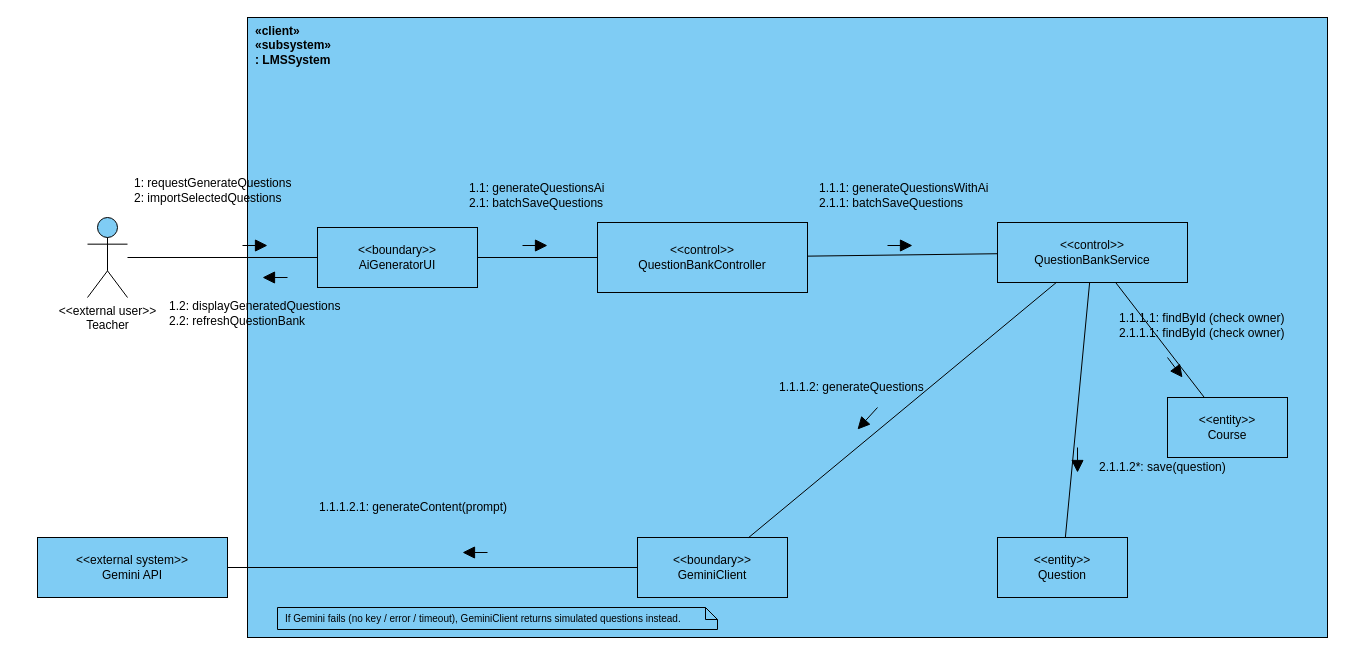
DinhLam728/SWD392_Group6_LMS keeps this draw.io diagram as page "III.2.1 Communication - Generate Questions with AI" (3 of 5) of docs/diagrams/manage_question_bank.drawio. Above is the earlier version. Source tidied: cells renumbered, new cells numbered last; positions are measured from the earlier drawing's top-left corner, leaving out a move shared by most shapes. Both pictures are drawn from the tidied source at 100%, with x=0, y=0 at pixel (37, 17).
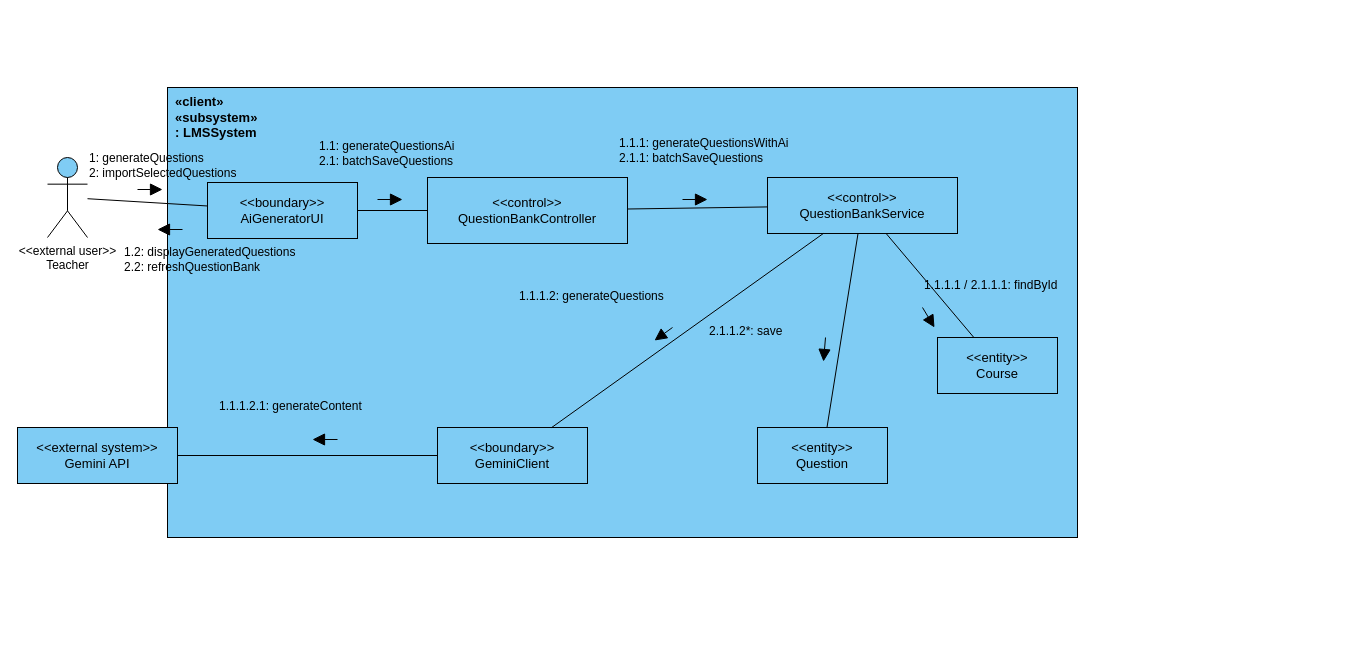
After the change.

The edit, as a diff of the source:
```diff
@@
-    <mxCell id="2" value="«client»&lt;br&gt;«subsystem»&lt;br&gt;: LMSSystem" style="rounded=0;html=1;whiteSpace=wrap;fillColor=#7FCCF4;strokeColor=#000000;fontFamily=Arial;fontSize=11;fontColor=#000000;verticalAlign=top;align=left;spacingLeft=6;fontStyle=1;fontSize=12;" parent="1" vertex="1">
-      <mxGeometry x="210" width="1080" height="620" as="geometry" />
+    <mxCell id="2" value="«client»&lt;br&gt;«subsystem»&lt;br&gt;: LMSSystem" style="rounded=0;html=1;whiteSpace=wrap;fillColor=#7FCCF4;strokeColor=#000000;fontFamily=Arial;fontSize=13;fontColor=#000000;verticalAlign=top;align=left;spacingLeft=6;fontStyle=1;" parent="1" vertex="1">
+      <mxGeometry x="130" y="70" width="910" height="450" as="geometry" />
     </mxCell>
-    <mxCell id="3" value="&amp;lt;&amp;lt;external user&amp;gt;&amp;gt;&lt;br&gt;Teacher" style="shape=umlActor;verticalLabelPosition=bottom;verticalAlign=top;html=1;outlineConnect=0;fillColor=#7FCCF4;strokeColor=#000000;fontFamily=Arial;fontSize=11;fontColor=#000000;fontSize=12;fontSize=12;" parent="1" vertex="1">
-      <mxGeometry x="50" y="200" width="40" height="80" as="geometry" />
+    <mxCell id="3" value="&amp;lt;&amp;lt;external user&amp;gt;&amp;gt;&lt;br&gt;Teacher" style="shape=umlActor;verticalLabelPosition=bottom;verticalAlign=top;html=1;outlineConnect=0;fillColor=#7FCCF4;strokeColor=#000000;fontFamily=Arial;fontSize=12;fontColor=#000000;" parent="1" vertex="1">
+      <mxGeometry x="10" y="140" width="40" height="80" as="geometry" />
     </mxCell>
+    <mxCell id="10" value="&amp;lt;&amp;lt;external system&amp;gt;&amp;gt;&lt;br&gt;Gemini API" style="rounded=0;html=1;whiteSpace=wrap;fillColor=#7FCCF4;strokeColor=#000000;fontFamily=Arial;fontSize=13;fontColor=#000000;" parent="1" vertex="1">
+      <mxGeometry x="-20" y="410" width="160" height="56" as="geometry" />
+    </mxCell>
-    <mxCell id="4" value="&amp;lt;&amp;lt;boundary&amp;gt;&amp;gt;&lt;br&gt;AiGeneratorUI" style="rounded=0;html=1;whiteSpace=wrap;fillColor=#7FCCF4;strokeColor=#000000;fontFamily=Arial;fontSize=11;fontColor=#000000;fontSize=12;" parent="1" vertex="1">
-      <mxGeometry x="280" y="210" width="160" height="60" as="geometry" />
+    <mxCell id="4" value="&amp;lt;&amp;lt;boundary&amp;gt;&amp;gt;&lt;br&gt;AiGeneratorUI" style="rounded=0;html=1;whiteSpace=wrap;fillColor=#7FCCF4;strokeColor=#000000;fontFamily=Arial;fontSize=13;fontColor=#000000;" parent="1" vertex="1">
+      <mxGeometry x="170" y="165" width="150" height="56" as="geometry" />
     </mxCell>
-    <mxCell id="5" value="&amp;lt;&amp;lt;control&amp;gt;&amp;gt;&lt;br&gt;QuestionBankController" style="rounded=0;html=1;whiteSpace=wrap;fillColor=#7FCCF4;strokeColor=#000000;fontFamily=Arial;fontSize=11;fontColor=#000000;fontSize=12;" parent="1" vertex="1">
-      <mxGeometry x="560" y="205" width="210" height="70" as="geometry" />
+    <mxCell id="5" value="&amp;lt;&amp;lt;control&amp;gt;&amp;gt;&lt;br&gt;QuestionBankController" style="rounded=0;html=1;whiteSpace=wrap;fillColor=#7FCCF4;strokeColor=#000000;fontFamily=Arial;fontSize=13;fontColor=#000000;" parent="1" vertex="1">
+      <mxGeometry x="390" y="160" width="200" height="66" as="geometry" />
     </mxCell>
-    <mxCell id="6" value="&amp;lt;&amp;lt;control&amp;gt;&amp;gt;&lt;br&gt;QuestionBankService" style="rounded=0;html=1;whiteSpace=wrap;fillColor=#7FCCF4;strokeColor=#000000;fontFamily=Arial;fontSize=11;fontColor=#000000;fontSize=12;" parent="1" vertex="1">
-      <mxGeometry x="960" y="205" width="190" height="60" as="geometry" />
+    <mxCell id="6" value="&amp;lt;&amp;lt;control&amp;gt;&amp;gt;&lt;br&gt;QuestionBankService" style="rounded=0;html=1;whiteSpace=wrap;fillColor=#7FCCF4;strokeColor=#000000;fontFamily=Arial;fontSize=13;fontColor=#000000;" parent="1" vertex="1">
+      <mxGeometry x="730" y="160" width="190" height="56" as="geometry" />
     </mxCell>
-    <mxCell id="7" value="&amp;lt;&amp;lt;entity&amp;gt;&amp;gt;&lt;br&gt;Course" style="rounded=0;html=1;whiteSpace=wrap;fillColor=#7FCCF4;strokeColor=#000000;fontFamily=Arial;fontSize=11;fontColor=#000000;fontSize=12;" parent="1" vertex="1">
-      <mxGeometry x="1130" y="380" width="120" height="60" as="geometry" />
+    <mxCell id="7" value="&amp;lt;&amp;lt;entity&amp;gt;&amp;gt;&lt;br&gt;Course" style="rounded=0;html=1;whiteSpace=wrap;fillColor=#7FCCF4;strokeColor=#000000;fontFamily=Arial;fontSize=13;fontColor=#000000;" parent="1" vertex="1">
+      <mxGeometry x="900" y="320" width="120" height="56" as="geometry" />
     </mxCell>
-    <mxCell id="8" value="&amp;lt;&amp;lt;entity&amp;gt;&amp;gt;&lt;br&gt;Question" style="rounded=0;html=1;whiteSpace=wrap;fillColor=#7FCCF4;strokeColor=#000000;fontFamily=Arial;fontSize=11;fontColor=#000000;fontSize=12;" parent="1" vertex="1">
-      <mxGeometry x="960" y="520" width="130" height="60" as="geometry" />
+    <mxCell id="8" value="&amp;lt;&amp;lt;entity&amp;gt;&amp;gt;&lt;br&gt;Question" style="rounded=0;html=1;whiteSpace=wrap;fillColor=#7FCCF4;strokeColor=#000000;fontFamily=Arial;fontSize=13;fontColor=#000000;" parent="1" vertex="1">
+      <mxGeometry x="720" y="410" width="130" height="56" as="geometry" />
     </mxCell>
-    <mxCell id="9" value="&amp;lt;&amp;lt;boundary&amp;gt;&amp;gt;&lt;br&gt;GeminiClient" style="rounded=0;html=1;whiteSpace=wrap;fillColor=#7FCCF4;strokeColor=#000000;fontFamily=Arial;fontSize=11;fontColor=#000000;fontSize=12;" parent="1" vertex="1">
-      <mxGeometry x="600" y="520" width="150" height="60" as="geometry" />
+    <mxCell id="9" value="&amp;lt;&amp;lt;boundary&amp;gt;&amp;gt;&lt;br&gt;GeminiClient" style="rounded=0;html=1;whiteSpace=wrap;fillColor=#7FCCF4;strokeColor=#000000;fontFamily=Arial;fontSize=13;fontColor=#000000;" parent="1" vertex="1">
+      <mxGeometry x="400" y="410" width="150" height="56" as="geometry" />
     </mxCell>
-    <mxCell id="10" value="&amp;lt;&amp;lt;external system&amp;gt;&amp;gt;&lt;br&gt;Gemini API" style="rounded=0;html=1;whiteSpace=wrap;fillColor=#7FCCF4;strokeColor=#000000;fontFamily=Arial;fontSize=11;fontColor=#000000;fontSize=12;" parent="1" vertex="1">
-      <mxGeometry y="520" width="190" height="60" as="geometry" />
-    </mxCell>
@@
-    <mxCell id="18" value="1: requestGenerateQuestions&lt;br&gt;2: importSelectedQuestions" style="text;html=1;strokeColor=none;fillColor=none;align=left;verticalAlign=middle;whiteSpace=wrap;fontFamily=Arial;fontSize=11;fontColor=#000000;fontSize=12;" parent="1" vertex="1">
-      <mxGeometry x="95" y="155" width="190" height="36" as="geometry" />
-    </mxCell>
-    <mxCell id="19" style="endArrow=block;endFill=1;endSize=10;html=1;strokeColor=#000000;strokeWidth=1;labelBackgroundColor=none;" parent="1" edge="1">
-      <mxGeometry relative="1" as="geometry">
-        <mxPoint x="205" y="228" as="sourcePoint" />
-        <mxPoint x="230" y="228" as="targetPoint" />
-      </mxGeometry>
-    </mxCell>
+    <mxCell id="35" value="1: generateQuestions&lt;br&gt;2: importSelectedQuestions" style="text;html=1;strokeColor=none;fillColor=none;align=left;verticalAlign=middle;whiteSpace=wrap;fontFamily=Arial;fontSize=12;fontColor=#000000;" parent="1" vertex="1">
+      <mxGeometry x="50" y="130" width="190" height="36" as="geometry" />
+    </mxCell>
+    <mxCell id="36" style="endArrow=block;endFill=1;endSize=10;html=1;strokeColor=#000000;labelBackgroundColor=none;" parent="1" edge="1">
+      <mxGeometry relative="1" as="geometry">
+        <mxPoint x="100" y="172" as="sourcePoint" />
+        <mxPoint x="125" y="172" as="targetPoint" />
+      </mxGeometry>
+    </mxCell>
-    <mxCell id="20" value="1.2: displayGeneratedQuestions&lt;br&gt;2.2: refreshQuestionBank" style="text;html=1;strokeColor=none;fillColor=none;align=left;verticalAlign=middle;whiteSpace=wrap;fontFamily=Arial;fontSize=11;fontColor=#000000;fontSize=12;" parent="1" vertex="1">
-      <mxGeometry x="130" y="278" width="200" height="36" as="geometry" />
+    <mxCell id="20" value="1.2: displayGeneratedQuestions&lt;br&gt;2.2: refreshQuestionBank" style="text;html=1;strokeColor=none;fillColor=none;align=left;verticalAlign=middle;whiteSpace=wrap;fontFamily=Arial;fontSize=12;fontColor=#000000;" parent="1" vertex="1">
+      <mxGeometry x="85" y="224" width="210" height="36" as="geometry" />
     </mxCell>
-    <mxCell id="21" style="endArrow=block;endFill=1;endSize=10;html=1;strokeColor=#000000;strokeWidth=1;labelBackgroundColor=none;" parent="1" edge="1">
-      <mxGeometry relative="1" as="geometry">
-        <mxPoint x="250" y="260" as="sourcePoint" />
-        <mxPoint x="225" y="260" as="targetPoint" />
-      </mxGeometry>
-    </mxCell>
+    <mxCell id="37" style="endArrow=block;endFill=1;endSize=10;html=1;strokeColor=#000000;labelBackgroundColor=none;" parent="1" edge="1">
+      <mxGeometry relative="1" as="geometry">
+        <mxPoint x="145" y="212" as="sourcePoint" />
+        <mxPoint x="120" y="212" as="targetPoint" />
+      </mxGeometry>
+    </mxCell>
-    <mxCell id="22" value="1.1: generateQuestionsAi&lt;br&gt;2.1: batchSaveQuestions" style="text;html=1;strokeColor=none;fillColor=none;align=left;verticalAlign=middle;whiteSpace=wrap;fontFamily=Arial;fontSize=11;fontColor=#000000;fontSize=12;" parent="1" vertex="1">
-      <mxGeometry x="430" y="160" width="180" height="36" as="geometry" />
+    <mxCell id="22" value="1.1: generateQuestionsAi&lt;br&gt;2.1: batchSaveQuestions" style="text;html=1;strokeColor=none;fillColor=none;align=left;verticalAlign=middle;whiteSpace=wrap;fontFamily=Arial;fontSize=12;fontColor=#000000;" parent="1" vertex="1">
+      <mxGeometry x="280" y="118" width="180" height="36" as="geometry" />
     </mxCell>
-    <mxCell id="23" style="endArrow=block;endFill=1;endSize=10;html=1;strokeColor=#000000;strokeWidth=1;labelBackgroundColor=none;" parent="1" edge="1">
-      <mxGeometry relative="1" as="geometry">
-        <mxPoint x="485" y="228" as="sourcePoint" />
-        <mxPoint x="510" y="228" as="targetPoint" />
-      </mxGeometry>
-    </mxCell>
+    <mxCell id="38" style="endArrow=block;endFill=1;endSize=10;html=1;strokeColor=#000000;labelBackgroundColor=none;" parent="1" edge="1">
+      <mxGeometry relative="1" as="geometry">
+        <mxPoint x="340" y="182" as="sourcePoint" />
+        <mxPoint x="365" y="182" as="targetPoint" />
+      </mxGeometry>
+    </mxCell>
-    <mxCell id="24" value="1.1.1: generateQuestionsWithAi&lt;br&gt;2.1.1: batchSaveQuestions" style="text;html=1;strokeColor=none;fillColor=none;align=left;verticalAlign=middle;whiteSpace=wrap;fontFamily=Arial;fontSize=11;fontColor=#000000;fontSize=12;" parent="1" vertex="1">
-      <mxGeometry x="780" y="160" width="210" height="36" as="geometry" />
+    <mxCell id="24" value="1.1.1: generateQuestionsWithAi&lt;br&gt;2.1.1: batchSaveQuestions" style="text;html=1;strokeColor=none;fillColor=none;align=left;verticalAlign=middle;whiteSpace=wrap;fontFamily=Arial;fontSize=12;fontColor=#000000;" parent="1" vertex="1">
+      <mxGeometry x="580" y="115" width="210" height="36" as="geometry" />
     </mxCell>
-    <mxCell id="25" style="endArrow=block;endFill=1;endSize=10;html=1;strokeColor=#000000;strokeWidth=1;labelBackgroundColor=none;" parent="1" edge="1">
-      <mxGeometry relative="1" as="geometry">
-        <mxPoint x="850" y="228" as="sourcePoint" />
-        <mxPoint x="875" y="228" as="targetPoint" />
-      </mxGeometry>
-    </mxCell>
-    <mxCell id="26" value="1.1.1.1: findById (check owner)&lt;br&gt;2.1.1.1: findById (check owner)" style="text;html=1;strokeColor=none;fillColor=none;align=left;verticalAlign=middle;whiteSpace=wrap;fontFamily=Arial;fontSize=11;fontColor=#000000;fontSize=12;" parent="1" vertex="1">
-      <mxGeometry x="1080" y="290" width="210" height="36" as="geometry" />
-    </mxCell>
-    <mxCell id="27" style="endArrow=block;endFill=1;endSize=10;html=1;strokeColor=#000000;strokeWidth=1;labelBackgroundColor=none;" parent="1" edge="1">
-      <mxGeometry relative="1" as="geometry">
-        <mxPoint x="1130" y="340" as="sourcePoint" />
-        <mxPoint x="1145" y="360" as="targetPoint" />
-      </mxGeometry>
-    </mxCell>
-    <mxCell id="28" value="2.1.1.2*: save(question)" style="text;html=1;strokeColor=none;fillColor=none;align=left;verticalAlign=middle;whiteSpace=wrap;fontFamily=Arial;fontSize=11;fontColor=#000000;fontSize=12;" parent="1" vertex="1">
-      <mxGeometry x="1060" y="440" width="180" height="20" as="geometry" />
-    </mxCell>
-    <mxCell id="29" style="endArrow=block;endFill=1;endSize=10;html=1;strokeColor=#000000;strokeWidth=1;labelBackgroundColor=none;" parent="1" edge="1">
-      <mxGeometry relative="1" as="geometry">
-        <mxPoint x="1040" y="430" as="sourcePoint" />
-        <mxPoint x="1040" y="455" as="targetPoint" />
-      </mxGeometry>
-    </mxCell>
+    <mxCell id="39" style="endArrow=block;endFill=1;endSize=10;html=1;strokeColor=#000000;labelBackgroundColor=none;" parent="1" edge="1">
+      <mxGeometry relative="1" as="geometry">
+        <mxPoint x="645" y="182" as="sourcePoint" />
+        <mxPoint x="670" y="182" as="targetPoint" />
+      </mxGeometry>
+    </mxCell>
+    <mxCell id="40" value="1.1.1.1 / 2.1.1.1: findById" style="text;html=1;strokeColor=none;fillColor=none;align=left;verticalAlign=middle;whiteSpace=wrap;fontFamily=Arial;fontSize=12;fontColor=#000000;" parent="1" vertex="1">
+      <mxGeometry x="885" y="250" width="140" height="36" as="geometry" />
+    </mxCell>
+    <mxCell id="41" style="endArrow=block;endFill=1;endSize=10;html=1;strokeColor=#000000;labelBackgroundColor=none;" parent="1" edge="1">
+      <mxGeometry relative="1" as="geometry">
+        <mxPoint x="885" y="290" as="sourcePoint" />
+        <mxPoint x="897" y="310" as="targetPoint" />
+      </mxGeometry>
+    </mxCell>
+    <mxCell id="42" value="2.1.1.2*: save" style="text;html=1;strokeColor=none;fillColor=none;align=left;verticalAlign=middle;whiteSpace=wrap;fontFamily=Arial;fontSize=12;fontColor=#000000;" parent="1" vertex="1">
+      <mxGeometry x="670" y="305" width="100" height="18" as="geometry" />
+    </mxCell>
+    <mxCell id="43" style="endArrow=block;endFill=1;endSize=10;html=1;strokeColor=#000000;labelBackgroundColor=none;" parent="1" edge="1">
+      <mxGeometry relative="1" as="geometry">
+        <mxPoint x="788" y="320" as="sourcePoint" />
+        <mxPoint x="786" y="344" as="targetPoint" />
+      </mxGeometry>
+    </mxCell>
-    <mxCell id="30" value="1.1.1.2: generateQuestions" style="text;html=1;strokeColor=none;fillColor=none;align=left;verticalAlign=middle;whiteSpace=wrap;fontFamily=Arial;fontSize=11;fontColor=#000000;fontSize=12;" parent="1" vertex="1">
-      <mxGeometry x="740" y="360" width="180" height="20" as="geometry" />
+    <mxCell id="30" value="1.1.1.2: generateQuestions" style="text;html=1;strokeColor=none;fillColor=none;align=left;verticalAlign=middle;whiteSpace=wrap;fontFamily=Arial;fontSize=12;fontColor=#000000;" parent="1" vertex="1">
+      <mxGeometry x="480" y="270" width="180" height="18" as="geometry" />
     </mxCell>
-    <mxCell id="31" style="endArrow=block;endFill=1;endSize=10;html=1;strokeColor=#000000;strokeWidth=1;labelBackgroundColor=none;" parent="1" edge="1">
-      <mxGeometry relative="1" as="geometry">
-        <mxPoint x="840" y="390" as="sourcePoint" />
-        <mxPoint x="820" y="412" as="targetPoint" />
-      </mxGeometry>
-    </mxCell>
-    <mxCell id="32" value="1.1.1.2.1: generateContent(prompt)" style="text;html=1;strokeColor=none;fillColor=none;align=left;verticalAlign=middle;whiteSpace=wrap;fontFamily=Arial;fontSize=11;fontColor=#000000;fontSize=12;" parent="1" vertex="1">
-      <mxGeometry x="280" y="480" width="240" height="20" as="geometry" />
-    </mxCell>
-    <mxCell id="33" style="endArrow=block;endFill=1;endSize=10;html=1;strokeColor=#000000;strokeWidth=1;labelBackgroundColor=none;" parent="1" edge="1">
-      <mxGeometry relative="1" as="geometry">
-        <mxPoint x="450" y="535" as="sourcePoint" />
-        <mxPoint x="425" y="535" as="targetPoint" />
-      </mxGeometry>
-    </mxCell>
-    <mxCell id="34" value="If Gemini fails (no key / error / timeout), GeminiClient returns simulated questions instead." style="shape=note;size=12;html=1;whiteSpace=wrap;fillColor=#7FCCF4;strokeColor=#000000;fontFamily=Arial;fontSize=11;fontColor=#000000;align=left;spacingLeft=6;fontSize=10;" parent="1" vertex="1">
-      <mxGeometry x="240" y="590" width="440" height="22" as="geometry" />
-    </mxCell>
+    <mxCell id="44" style="endArrow=block;endFill=1;endSize=10;html=1;strokeColor=#000000;labelBackgroundColor=none;" parent="1" edge="1">
+      <mxGeometry relative="1" as="geometry">
+        <mxPoint x="635" y="310" as="sourcePoint" />
+        <mxPoint x="617" y="323" as="targetPoint" />
+      </mxGeometry>
+    </mxCell>
+    <mxCell id="45" value="1.1.1.2.1: generateContent" style="text;html=1;strokeColor=none;fillColor=none;align=left;verticalAlign=middle;whiteSpace=wrap;fontFamily=Arial;fontSize=12;fontColor=#000000;" parent="1" vertex="1">
+      <mxGeometry x="180" y="380" width="190" height="18" as="geometry" />
+    </mxCell>
+    <mxCell id="46" style="endArrow=block;endFill=1;endSize=10;html=1;strokeColor=#000000;labelBackgroundColor=none;" parent="1" edge="1">
+      <mxGeometry relative="1" as="geometry">
+        <mxPoint x="300" y="422" as="sourcePoint" />
+        <mxPoint x="275" y="422" as="targetPoint" />
+      </mxGeometry>
+    </mxCell>
```
